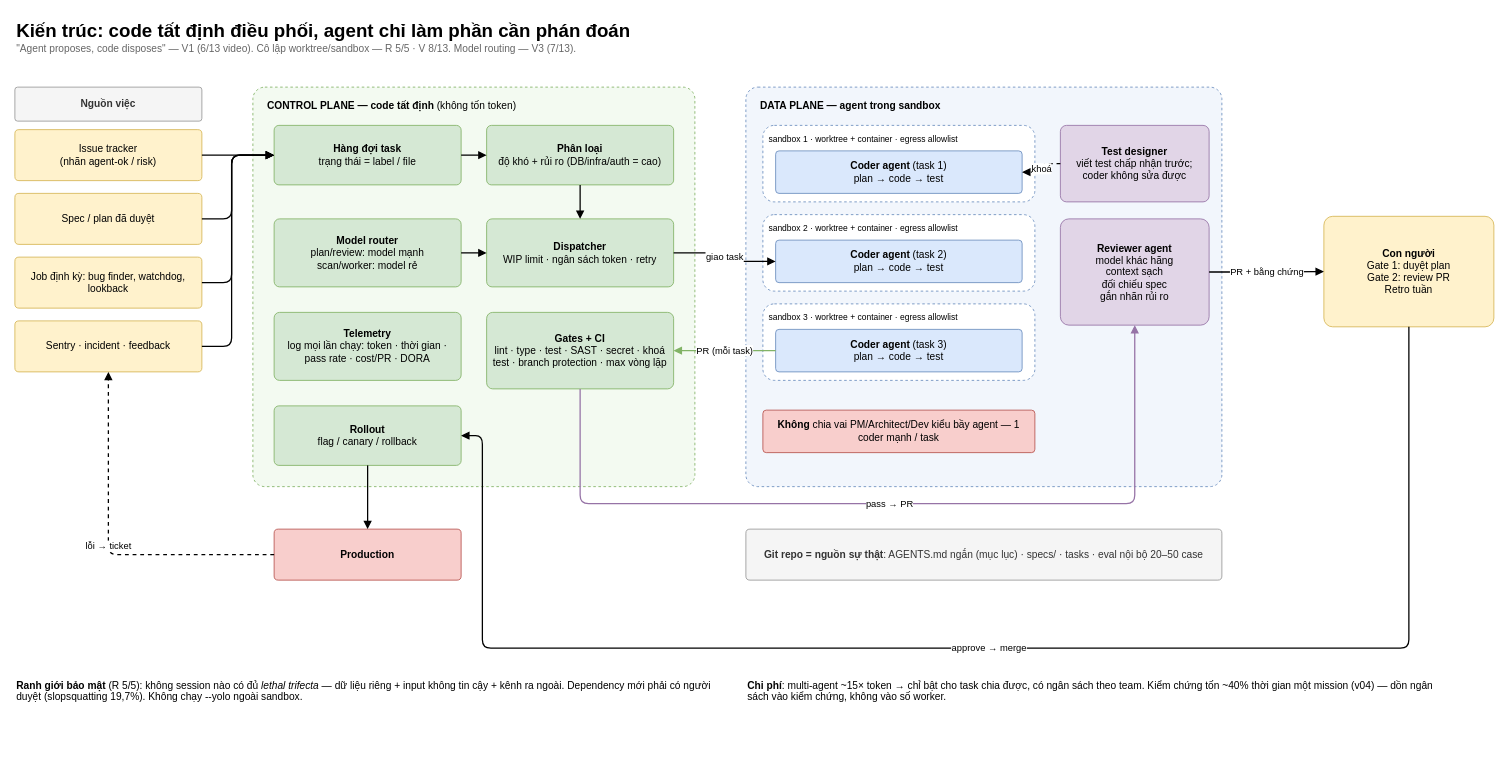
The draw.io diagram page "2. Kiến trúc factory" (2 of 5) of diagrams/software-factory.drawio in tinhthanh/software-factory-research, before the edit. Source tidied: cells renumbered, new cells numbered last; positions are measured from the earlier drawing's top-left corner, leaving out a move shared by most shapes. Both pictures are drawn from the tidied source at 85%, with x=0, y=0 at pixel (14, 14).
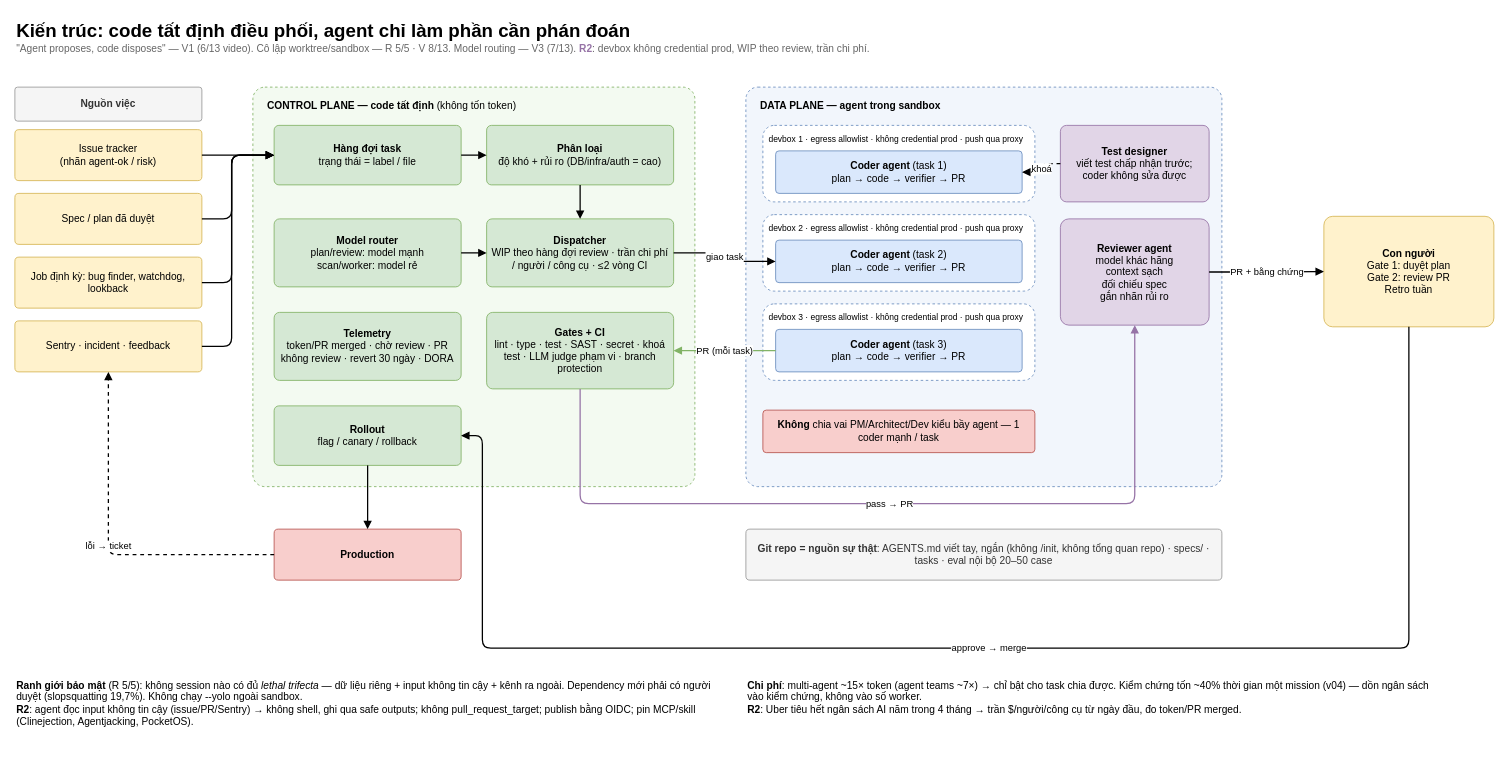
Above is the later version.

Diff of the diagram source:
```diff
@@
-    <mxCell id="2" value="&lt;b style='font-size:22px'&gt;Kiến trúc: code tất định điều phối, agent chỉ làm phần cần phán đoán&lt;/b&gt;&lt;br&gt;&lt;span style='color:#666'&gt;&quot;Agent proposes, code disposes&quot; — V1 (6/13 video). Cô lập worktree/sandbox — R 5/5 · V 8/13. Model routing — V3 (7/13).&lt;/span&gt;" style="text;html=1;whiteSpace=wrap;align=left;verticalAlign=top;fontSize=12;" parent="1" vertex="1">
+    <mxCell id="2" value="&lt;b style='font-size:22px'&gt;Kiến trúc: code tất định điều phối, agent chỉ làm phần cần phán đoán&lt;/b&gt;&lt;br&gt;&lt;span style='color:#666'&gt;&quot;Agent proposes, code disposes&quot; — V1 (6/13 video). Cô lập worktree/sandbox — R 5/5 · V 8/13. Model routing — V3 (7/13). &lt;b style='color:#9673a6'&gt;R2&lt;/b&gt;: devbox không credential prod, WIP theo review, trần chi phí.&lt;/span&gt;" style="text;html=1;whiteSpace=wrap;align=left;verticalAlign=top;fontSize=12;" parent="1" vertex="1">
       <mxGeometry width="1500" height="60" as="geometry" />
     </mxCell>
@@
-    <mxCell id="13" value="&lt;b&gt;Dispatcher&lt;/b&gt;&lt;br&gt;WIP limit · ngân sách token · retry" style="rounded=1;whiteSpace=wrap;html=1;arcSize=8;fontSize=12;spacing=6;fillColor=#d5e8d4;strokeColor=#82b366;" parent="1" vertex="1">
+    <mxCell id="13" value="&lt;b&gt;Dispatcher&lt;/b&gt;&lt;br&gt;WIP theo hàng đợi review · trần chi phí / người / công cụ · ≤2 vòng CI" style="rounded=1;whiteSpace=wrap;html=1;arcSize=8;fontSize=12;spacing=6;fillColor=#d5e8d4;strokeColor=#82b366;" parent="1" vertex="1">
       <mxGeometry x="555" y="240" width="220" height="80" as="geometry" />
     </mxCell>
-    <mxCell id="14" value="&lt;b&gt;Telemetry&lt;/b&gt;&lt;br&gt;log mọi lần chạy: token · thời gian · pass rate · cost/PR · DORA" style="rounded=1;whiteSpace=wrap;html=1;arcSize=8;fontSize=12;spacing=6;fillColor=#d5e8d4;strokeColor=#82b366;" parent="1" vertex="1">
+    <mxCell id="14" value="&lt;b&gt;Telemetry&lt;/b&gt;&lt;br&gt;token/PR merged · chờ review · PR không review · revert 30 ngày · DORA" style="rounded=1;whiteSpace=wrap;html=1;arcSize=8;fontSize=12;spacing=6;fillColor=#d5e8d4;strokeColor=#82b366;" parent="1" vertex="1">
       <mxGeometry x="305" y="350" width="220" height="80" as="geometry" />
     </mxCell>
-    <mxCell id="15" value="&lt;b&gt;Gates + CI&lt;/b&gt;&lt;br&gt;lint · type · test · SAST · secret · khoá test · branch protection · max vòng lặp" style="rounded=1;whiteSpace=wrap;html=1;arcSize=8;fontSize=12;spacing=6;fillColor=#d5e8d4;strokeColor=#82b366;" parent="1" vertex="1">
+    <mxCell id="15" value="&lt;b&gt;Gates + CI&lt;/b&gt;&lt;br&gt;lint · type · test · SAST · secret · khoá test · LLM judge phạm vi · branch protection" style="rounded=1;whiteSpace=wrap;html=1;arcSize=8;fontSize=12;spacing=6;fillColor=#d5e8d4;strokeColor=#82b366;" parent="1" vertex="1">
       <mxGeometry x="555" y="350" width="220" height="90" as="geometry" />
     </mxCell>
@@
-    <mxCell id="20" value="&lt;span style='font-size:10px'&gt;sandbox 1 · worktree + container · egress allowlist&lt;/span&gt;" style="text;html=1;whiteSpace=wrap;align=left;verticalAlign=top;fontSize=12;" parent="1" vertex="1">
+    <mxCell id="20" value="&lt;span style='font-size:10px'&gt;devbox 1 · egress allowlist · không credential prod · push qua proxy&lt;/span&gt;" style="text;html=1;whiteSpace=wrap;align=left;verticalAlign=top;fontSize=12;" parent="1" vertex="1">
       <mxGeometry x="885" y="132" width="310" height="20" as="geometry" />
     </mxCell>
-    <mxCell id="21" value="&lt;b&gt;Coder agent&lt;/b&gt; (task 1)&lt;br&gt;plan → code → test" style="rounded=1;whiteSpace=wrap;html=1;arcSize=8;fontSize=12;spacing=6;fillColor=#dae8fc;strokeColor=#6c8ebf;" parent="1" vertex="1">
+    <mxCell id="21" value="&lt;b&gt;Coder agent&lt;/b&gt; (task 1)&lt;br&gt;plan → code → verifier → PR" style="rounded=1;whiteSpace=wrap;html=1;arcSize=8;fontSize=12;spacing=6;fillColor=#dae8fc;strokeColor=#6c8ebf;" parent="1" vertex="1">
       <mxGeometry x="895" y="160" width="290" height="50" as="geometry" />
     </mxCell>
@@
-    <mxCell id="23" value="&lt;span style='font-size:10px'&gt;sandbox 2 · worktree + container · egress allowlist&lt;/span&gt;" style="text;html=1;whiteSpace=wrap;align=left;verticalAlign=top;fontSize=12;" parent="1" vertex="1">
+    <mxCell id="23" value="&lt;span style='font-size:10px'&gt;devbox 2 · egress allowlist · không credential prod · push qua proxy&lt;/span&gt;" style="text;html=1;whiteSpace=wrap;align=left;verticalAlign=top;fontSize=12;" parent="1" vertex="1">
       <mxGeometry x="885" y="237" width="310" height="20" as="geometry" />
     </mxCell>
-    <mxCell id="24" value="&lt;b&gt;Coder agent&lt;/b&gt; (task 2)&lt;br&gt;plan → code → test" style="rounded=1;whiteSpace=wrap;html=1;arcSize=8;fontSize=12;spacing=6;fillColor=#dae8fc;strokeColor=#6c8ebf;" parent="1" vertex="1">
+    <mxCell id="24" value="&lt;b&gt;Coder agent&lt;/b&gt; (task 2)&lt;br&gt;plan → code → verifier → PR" style="rounded=1;whiteSpace=wrap;html=1;arcSize=8;fontSize=12;spacing=6;fillColor=#dae8fc;strokeColor=#6c8ebf;" parent="1" vertex="1">
       <mxGeometry x="895" y="265" width="290" height="50" as="geometry" />
     </mxCell>
@@
-    <mxCell id="26" value="&lt;span style='font-size:10px'&gt;sandbox 3 · worktree + container · egress allowlist&lt;/span&gt;" style="text;html=1;whiteSpace=wrap;align=left;verticalAlign=top;fontSize=12;" parent="1" vertex="1">
+    <mxCell id="26" value="&lt;span style='font-size:10px'&gt;devbox 3 · egress allowlist · không credential prod · push qua proxy&lt;/span&gt;" style="text;html=1;whiteSpace=wrap;align=left;verticalAlign=top;fontSize=12;" parent="1" vertex="1">
       <mxGeometry x="885" y="342" width="310" height="20" as="geometry" />
     </mxCell>
-    <mxCell id="27" value="&lt;b&gt;Coder agent&lt;/b&gt; (task 3)&lt;br&gt;plan → code → test" style="rounded=1;whiteSpace=wrap;html=1;arcSize=8;fontSize=12;spacing=6;fillColor=#dae8fc;strokeColor=#6c8ebf;" parent="1" vertex="1">
+    <mxCell id="27" value="&lt;b&gt;Coder agent&lt;/b&gt; (task 3)&lt;br&gt;plan → code → verifier → PR" style="rounded=1;whiteSpace=wrap;html=1;arcSize=8;fontSize=12;spacing=6;fillColor=#dae8fc;strokeColor=#6c8ebf;" parent="1" vertex="1">
       <mxGeometry x="895" y="370" width="290" height="50" as="geometry" />
     </mxCell>
@@
-    <mxCell id="31" value="&lt;b&gt;Git repo = nguồn sự thật&lt;/b&gt;: AGENTS.md ngắn (mục lục) · specs/ · tasks · eval nội bộ 20–50 case" style="rounded=1;whiteSpace=wrap;html=1;arcSize=8;fontSize=12;spacing=6;fillColor=#f5f5f5;strokeColor=#999999;fontColor=#333333;" parent="1" vertex="1">
+    <mxCell id="31" value="&lt;b&gt;Git repo = nguồn sự thật&lt;/b&gt;: AGENTS.md viết tay, ngắn (không /init, không tổng quan repo) · specs/ · tasks · eval nội bộ 20–50 case" style="rounded=1;whiteSpace=wrap;html=1;arcSize=8;fontSize=12;spacing=6;fillColor=#f5f5f5;strokeColor=#999999;fontColor=#333333;" parent="1" vertex="1">
       <mxGeometry x="860" y="605" width="560" height="60" as="geometry" />
     </mxCell>
@@
-    <mxCell id="49" value="&lt;b&gt;Ranh giới bảo mật&lt;/b&gt; (R 5/5): không session nào có đủ &lt;i&gt;lethal trifecta&lt;/i&gt; — dữ liệu riêng + input không tin cậy + kênh ra ngoài. Dependency mới phải có người duyệt (slopsquatting 19,7%). Không chạy --yolo ngoài sandbox." style="text;html=1;whiteSpace=wrap;align=left;verticalAlign=top;fontSize=12;" parent="1" vertex="1">
-      <mxGeometry y="775" width="820" height="70" as="geometry" />
+    <mxCell id="49" value="&lt;b&gt;Ranh giới bảo mật&lt;/b&gt; (R 5/5): không session nào có đủ &lt;i&gt;lethal trifecta&lt;/i&gt; — dữ liệu riêng + input không tin cậy + kênh ra ngoài. Dependency mới phải có người duyệt (slopsquatting 19,7%). Không chạy --yolo ngoài sandbox.&lt;br&gt;&lt;b&gt;R2&lt;/b&gt;: agent đọc input không tin cậy (issue/PR/Sentry) → không shell, ghi qua safe outputs; không pull_request_target; publish bằng OIDC; pin MCP/skill (Clinejection, Agentjacking, PocketOS)." style="text;html=1;whiteSpace=wrap;align=left;verticalAlign=top;fontSize=12;" parent="1" vertex="1">
+      <mxGeometry y="775" width="820" height="110" as="geometry" />
     </mxCell>
-    <mxCell id="50" value="&lt;b&gt;Chi phí&lt;/b&gt;: multi-agent ~15× token → chỉ bật cho task chia được, có ngân sách theo team. Kiểm chứng tốn ~40% thời gian một mission (v04) — dồn ngân sách vào kiểm chứng, không vào số worker." style="text;html=1;whiteSpace=wrap;align=left;verticalAlign=top;fontSize=12;" parent="1" vertex="1">
-      <mxGeometry x="860" y="775" width="820" height="70" as="geometry" />
+    <mxCell id="50" value="&lt;b&gt;Chi phí&lt;/b&gt;: multi-agent ~15× token (agent teams ~7×) → chỉ bật cho task chia được. Kiểm chứng tốn ~40% thời gian một mission (v04) — dồn ngân sách vào kiểm chứng, không vào số worker.&lt;br&gt;&lt;b&gt;R2&lt;/b&gt;: Uber tiêu hết ngân sách AI năm trong 4 tháng → trần $/người/công cụ từ ngày đầu, đo token/PR merged." style="text;html=1;whiteSpace=wrap;align=left;verticalAlign=top;fontSize=12;" parent="1" vertex="1">
+      <mxGeometry x="860" y="775" width="820" height="110" as="geometry" />
     </mxCell>
```
